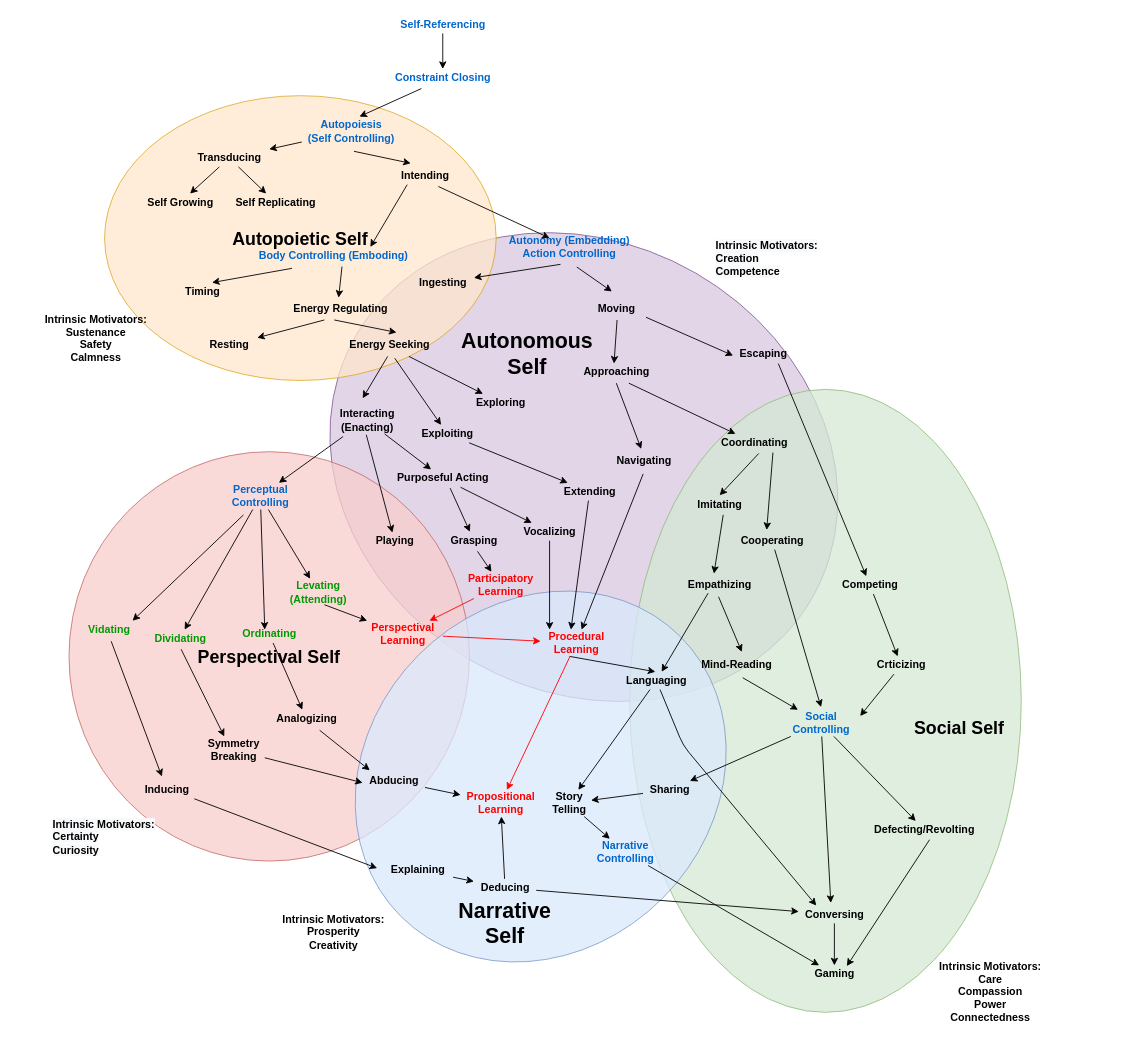
This is intentional_self_evolution.drawio from codeaudit/1, a draw.io file, before an edit. Source tidied: cells renumbered, new cells numbered last; positions are measured from the earlier drawing's top-left corner, leaving out a move shared by most shapes. Both pictures are drawn from the tidied source at 89%, with x=0, y=0 at pixel (37, 15).
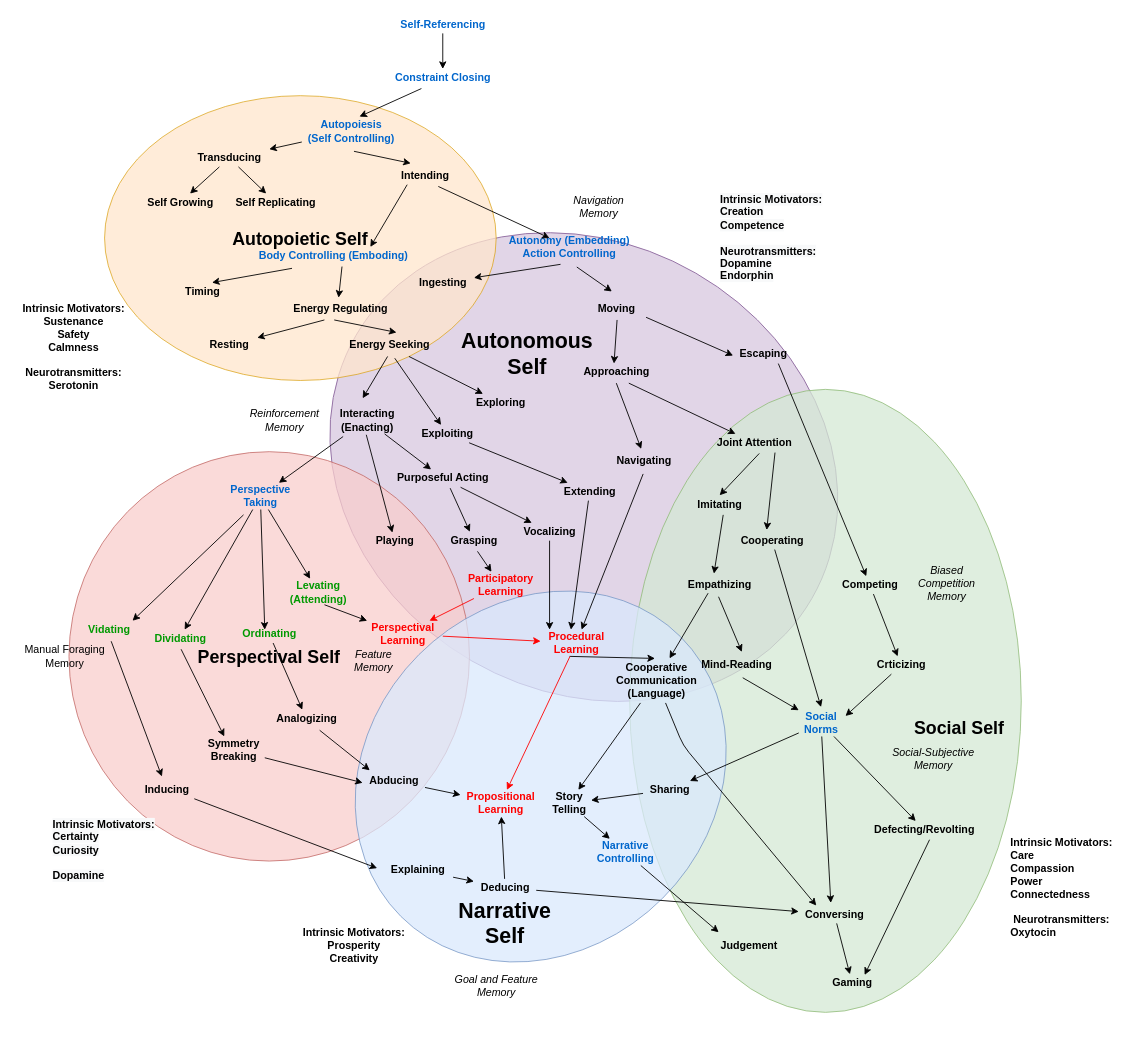
After the change.

The change refers to these unchanged cells:
```xml
<mxCell id="99" value="Narrative&lt;br&gt;Controlling" style="text;html=1;align=center;verticalAlign=middle;points=[];fontStyle=1;fontColor=#0066CC;" parent="1" vertex="1">
  <mxGeometry x="620" y="925" width="80" height="30" as="geometry" />
</mxCell>
```

Diff of the diagram source:
```diff
@@
-    <mxCell id="25" value="Perceptual&lt;br&gt;Controlling" style="text;html=1;align=center;verticalAlign=middle;points=[];fontStyle=1;fontColor=#0066CC;" parent="1" vertex="1">
+    <mxCell id="25" value="Perspective&lt;br&gt;Taking" style="text;html=1;align=center;verticalAlign=middle;points=[];fontStyle=1;fontColor=#0066CC;" parent="1" vertex="1">
       <mxGeometry x="210" y="525" width="80" height="30" as="geometry" />
     </mxCell>
@@
-    <mxCell id="36" value="Coordinating" style="text;html=1;align=center;verticalAlign=middle;points=[];fontStyle=1;" parent="1" vertex="1">
-      <mxGeometry x="760" y="470" width="90" height="20" as="geometry" />
+    <mxCell id="36" value="Joint Attention" style="text;html=1;align=center;verticalAlign=middle;points=[];fontStyle=1;" parent="1" vertex="1">
+      <mxGeometry x="755" y="470" width="100" height="20" as="geometry" />
     </mxCell>
-    <mxCell id="37" value="Social&lt;br&gt;Controlling" style="text;html=1;align=center;verticalAlign=middle;points=[];fontStyle=1;fontColor=#0066CC;" parent="1" vertex="1">
-      <mxGeometry x="840" y="780" width="80" height="30" as="geometry" />
+    <mxCell id="37" value="Social&lt;br&gt;Norms" style="text;html=1;align=center;verticalAlign=middle;points=[];fontStyle=1;fontColor=#0066CC;" parent="1" vertex="1">
+      <mxGeometry x="855" y="780" width="50" height="30" as="geometry" />
     </mxCell>
@@
-    <mxCell id="39" value="Languaging" style="text;html=1;align=center;verticalAlign=middle;points=[];fontStyle=1;" parent="1" vertex="1">
-      <mxGeometry x="655" y="737.3" width="80" height="20" as="geometry" />
+    <mxCell id="39" value="Cooperative&lt;br&gt;Communication&lt;br&gt;(Language)" style="text;html=1;align=center;verticalAlign=middle;points=[];fontStyle=1;" parent="1" vertex="1">
+      <mxGeometry x="640" y="722.3" width="110" height="50" as="geometry" />
     </mxCell>
@@
-    <mxCell id="132" value="&lt;font color=&quot;#000000&quot;&gt;&lt;b&gt;Intrinsic Motivators:&lt;br&gt;Sustenance&lt;br&gt;Safety&lt;br&gt;Calmness&lt;br&gt;&lt;/b&gt;&lt;br&gt;&lt;/font&gt;" style="text;html=1;align=center;verticalAlign=middle;fontColor=#009900;" parent="1" vertex="1">
-      <mxGeometry y="330" width="130" height="80" as="geometry" />
+    <mxCell id="132" value="&lt;font color=&quot;#000000&quot;&gt;&lt;b&gt;Intrinsic Motivators:&lt;br&gt;Sustenance&lt;br&gt;Safety&lt;br&gt;Calmness&lt;br&gt;&lt;br&gt;Neurotransmitters:&lt;br&gt;Serotonin&lt;br&gt;&lt;/b&gt;&lt;br&gt;&lt;/font&gt;" style="text;html=1;align=center;verticalAlign=middle;fontColor=#009900;" parent="1" vertex="1">
+      <mxGeometry x="-25" y="320" width="130" height="120" as="geometry" />
     </mxCell>
-    <mxCell id="133" value="&lt;span style=&quot;color: rgb(0 , 0 , 0) ; font-family: &amp;#34;helvetica&amp;#34; ; font-size: 12px ; font-style: normal ; letter-spacing: normal ; text-align: center ; text-indent: 0px ; text-transform: none ; word-spacing: 0px ; background-color: rgb(248 , 249 , 250) ; display: inline ; float: none&quot;&gt;&lt;b&gt;Intrinsic Motivators:&lt;br&gt;&lt;/b&gt;&lt;b&gt;Certainty&lt;/b&gt;&lt;b&gt;&lt;br&gt;Curiosity&lt;/b&gt;&lt;br&gt;&lt;/span&gt;" style="text;whiteSpace=wrap;html=1;fontColor=#009900;" parent="1" vertex="1">
+    <mxCell id="133" value="&lt;span style=&quot;color: rgb(0 , 0 , 0) ; font-family: &amp;#34;helvetica&amp;#34; ; font-size: 12px ; font-style: normal ; letter-spacing: normal ; text-align: center ; text-indent: 0px ; text-transform: none ; word-spacing: 0px ; background-color: rgb(248 , 249 , 250) ; display: inline ; float: none&quot;&gt;&lt;b&gt;Intrinsic Motivators:&lt;br&gt;&lt;/b&gt;&lt;b&gt;Certainty&lt;/b&gt;&lt;b&gt;&lt;br&gt;Curiosity&lt;br&gt;&lt;/b&gt;&lt;br&gt;&lt;b&gt;Dopamine&lt;/b&gt;&lt;br&gt;&lt;/span&gt;" style="text;whiteSpace=wrap;html=1;fontColor=#009900;" parent="1" vertex="1">
       <mxGeometry x="15" y="895" width="130" height="30" as="geometry" />
     </mxCell>
     <mxCell id="134" value="&lt;span style=&quot;color: rgb(0 , 0 , 0)&quot;&gt;&lt;b&gt;Intrinsic Motivators:&lt;br&gt;Prosperity&lt;br&gt;Creativity&lt;/b&gt;&lt;br&gt;&lt;/span&gt;" style="text;html=1;align=center;verticalAlign=middle;fontColor=#009900;" parent="1" vertex="1">
-      <mxGeometry x="266.7" y="1005" width="130" height="50" as="geometry" />
+      <mxGeometry x="290" y="1020" width="130" height="50" as="geometry" />
     </mxCell>
-    <mxCell id="135" value="&lt;span style=&quot;color: rgb(0 , 0 , 0)&quot;&gt;&lt;b&gt;Intrinsic Motivators:&lt;br&gt;Care&lt;br&gt;Compassion&lt;br&gt;Power&lt;br&gt;Connectedness&lt;/b&gt;&lt;br&gt;&lt;/span&gt;" style="text;html=1;align=center;verticalAlign=middle;fontColor=#009900;" parent="1" vertex="1">
-      <mxGeometry x="1005" y="1057.2" width="130" height="80" as="geometry" />
+    <mxCell id="135" value="&lt;div style=&quot;text-align: left&quot;&gt;&lt;span style=&quot;color: rgb(0 , 0 , 0)&quot;&gt;&lt;b&gt;Intrinsic Motivators:&lt;/b&gt;&lt;/span&gt;&lt;/div&gt;&lt;div style=&quot;color: rgb(0 , 0 , 0) ; text-align: left&quot;&gt;&lt;span&gt;&lt;b&gt;Care&lt;/b&gt;&lt;/span&gt;&lt;/div&gt;&lt;span style=&quot;color: rgb(0 , 0 , 0)&quot;&gt;&lt;b&gt;&lt;div style=&quot;text-align: left&quot;&gt;&lt;span&gt;Compassion&lt;/span&gt;&lt;/div&gt;&lt;div style=&quot;text-align: left&quot;&gt;&lt;span&gt;Power&lt;/span&gt;&lt;/div&gt;&lt;div style=&quot;text-align: left&quot;&gt;&lt;span&gt;Connectedness&lt;/span&gt;&lt;/div&gt;&lt;/b&gt;&lt;/span&gt;&lt;div style=&quot;text-align: left&quot;&gt;&lt;font color=&quot;#000000&quot;&gt;&lt;b&gt;&lt;br&gt;&lt;/b&gt;&lt;/font&gt;&lt;/div&gt;&lt;font color=&quot;#000000&quot; style=&quot;font-weight: bold&quot;&gt;Neurotransmitters:&lt;/font&gt;&lt;br&gt;&lt;div style=&quot;text-align: left&quot;&gt;&lt;span style=&quot;color: rgb(0 , 0 , 0)&quot;&gt;&lt;b&gt;Oxytocin&lt;/b&gt;&lt;/span&gt;&lt;/div&gt;" style="text;html=1;align=center;verticalAlign=middle;fontColor=#009900;" parent="1" vertex="1">
+      <mxGeometry x="1085" y="920" width="130" height="120" as="geometry" />
     </mxCell>
-    <mxCell id="136" value="&lt;span style=&quot;color: rgb(0 , 0 , 0) ; font-family: &amp;#34;helvetica&amp;#34; ; font-size: 12px ; font-style: normal ; letter-spacing: normal ; text-align: center ; text-indent: 0px ; text-transform: none ; word-spacing: 0px ; background-color: rgb(248 , 249 , 250) ; display: inline ; float: none&quot;&gt;&lt;b&gt;Intrinsic Motivators:&lt;/b&gt;&lt;b&gt;&lt;br&gt;Creation&lt;/b&gt;&lt;b&gt;&lt;br&gt;Competence&lt;/b&gt;&lt;br&gt;&lt;/span&gt;" style="text;whiteSpace=wrap;html=1;fontColor=#009900;" parent="1" vertex="1">
-      <mxGeometry x="760" y="245" width="130" height="35" as="geometry" />
+    <mxCell id="136" value="&lt;span style=&quot;color: rgb(0 , 0 , 0) ; font-family: &amp;#34;helvetica&amp;#34; ; font-size: 12px ; font-style: normal ; letter-spacing: normal ; text-align: center ; text-indent: 0px ; text-transform: none ; word-spacing: 0px ; background-color: rgb(248 , 249 , 250) ; display: inline ; float: none&quot;&gt;&lt;b&gt;Intrinsic Motivators:&lt;br&gt;Creation&lt;br&gt;Competence&lt;br&gt;&lt;br&gt;Neurotransmitters:&lt;br&gt;Dopamine&lt;br&gt;Endorphin&lt;/b&gt;&lt;br&gt;&lt;/span&gt;" style="text;whiteSpace=wrap;html=1;fontColor=#009900;" parent="1" vertex="1">
+      <mxGeometry x="765" y="192.5" width="130" height="35" as="geometry" />
     </mxCell>
     <mxCell id="137" value="Gaming" style="text;html=1;align=center;verticalAlign=middle;points=[];fontStyle=1;" parent="1" vertex="1">
-      <mxGeometry x="865" y="1067.2" width="60" height="20" as="geometry" />
+      <mxGeometry x="885" y="1077.2" width="60" height="20" as="geometry" />
     </mxCell>
-    <mxCell id="138" style="endArrow=classic;html=1;" parent="1" edge="1" source="99" target="137">
-      <mxGeometry relative="1" as="geometry" />
+    <mxCell id="138" style="endArrow=classic;html=1;" parent="1" edge="1" source="99">
+      <mxGeometry relative="1" as="geometry">
+        <mxPoint x="765" y="1030" as="targetPoint" />
+      </mxGeometry>
     </mxCell>
@@
+    <mxCell id="141" value="&lt;i&gt;Reinforcement&lt;br&gt;Memory&lt;/i&gt;" style="text;html=1;align=center;verticalAlign=middle;strokeColor=none;" parent="1" vertex="1">
+      <mxGeometry x="232" y="440" width="90" height="30" as="geometry" />
+    </mxCell>
+    <mxCell id="142" value="&lt;i&gt;Navigation&lt;br&gt;Memory&lt;/i&gt;" style="text;html=1;align=center;verticalAlign=middle;strokeColor=none;" parent="1" vertex="1">
+      <mxGeometry x="595" y="200" width="70" height="30" as="geometry" />
+    </mxCell>
+    <mxCell id="143" value="&lt;i&gt;Biased&lt;br&gt;Competition&lt;br&gt;Memory&lt;/i&gt;" style="text;html=1;align=center;verticalAlign=middle;strokeColor=none;" parent="1" vertex="1">
+      <mxGeometry x="981.1" y="612.8" width="80" height="50" as="geometry" />
+    </mxCell>
+    <mxCell id="144" value="Manual Foraging&lt;br&gt;Memory" style="text;html=1;align=center;verticalAlign=middle;strokeColor=none;" parent="1" vertex="1">
+      <mxGeometry x="-25" y="705" width="110" height="30" as="geometry" />
+    </mxCell>
+    <mxCell id="145" value="&lt;i&gt;Feature&lt;br&gt;Memory&lt;/i&gt;" style="text;html=1;align=center;verticalAlign=middle;strokeColor=none;" parent="1" vertex="1">
+      <mxGeometry x="346.6" y="710" width="60" height="30" as="geometry" />
+    </mxCell>
+    <mxCell id="146" value="&lt;i&gt;Social-Subjective&lt;br&gt;Memory&lt;br&gt;&lt;/i&gt;" style="text;html=1;align=center;verticalAlign=middle;strokeColor=none;" parent="1" vertex="1">
+      <mxGeometry x="951.1" y="820" width="110" height="30" as="geometry" />
+    </mxCell>
+    <mxCell id="147" value="&lt;i&gt;Goal and Feature&lt;br&gt;Memory&lt;/i&gt;" style="text;html=1;align=center;verticalAlign=middle;strokeColor=none;" parent="1" vertex="1">
+      <mxGeometry x="460" y="1075" width="110" height="30" as="geometry" />
+    </mxCell>
+    <mxCell id="148" value="&lt;b&gt;Judgement&lt;/b&gt;" style="text;html=1;align=center;verticalAlign=middle;strokeColor=none;" parent="1" vertex="1">
+      <mxGeometry x="758.6" y="1035" width="80" height="20" as="geometry" />
+    </mxCell>
```
